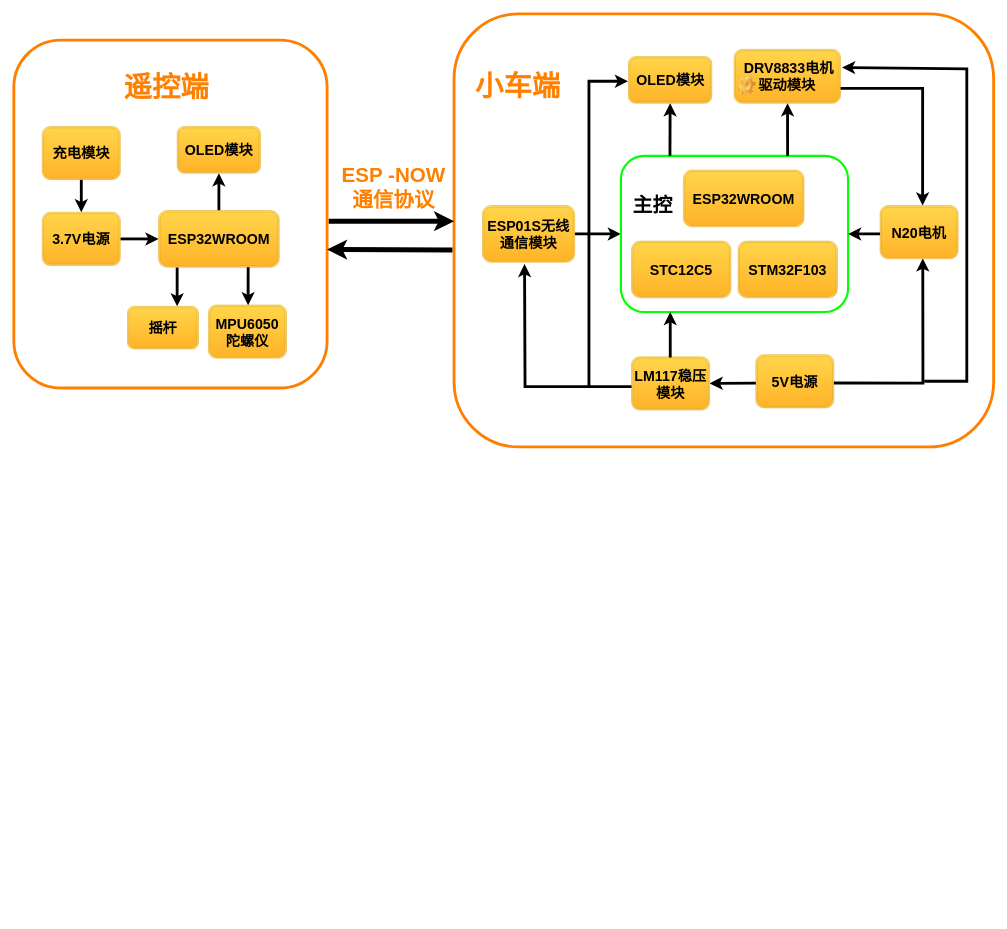
Before: 未命名绘图.drawio in Hellolen/draw, a draw.io diagram. Source tidied: cells renumbered, new cells numbered last; positions are measured from the earlier drawing's top-left corner, leaving out a move shared by most shapes. Both pictures are drawn from the tidied source at 71%, with x=0, y=0 at pixel (13, 13).
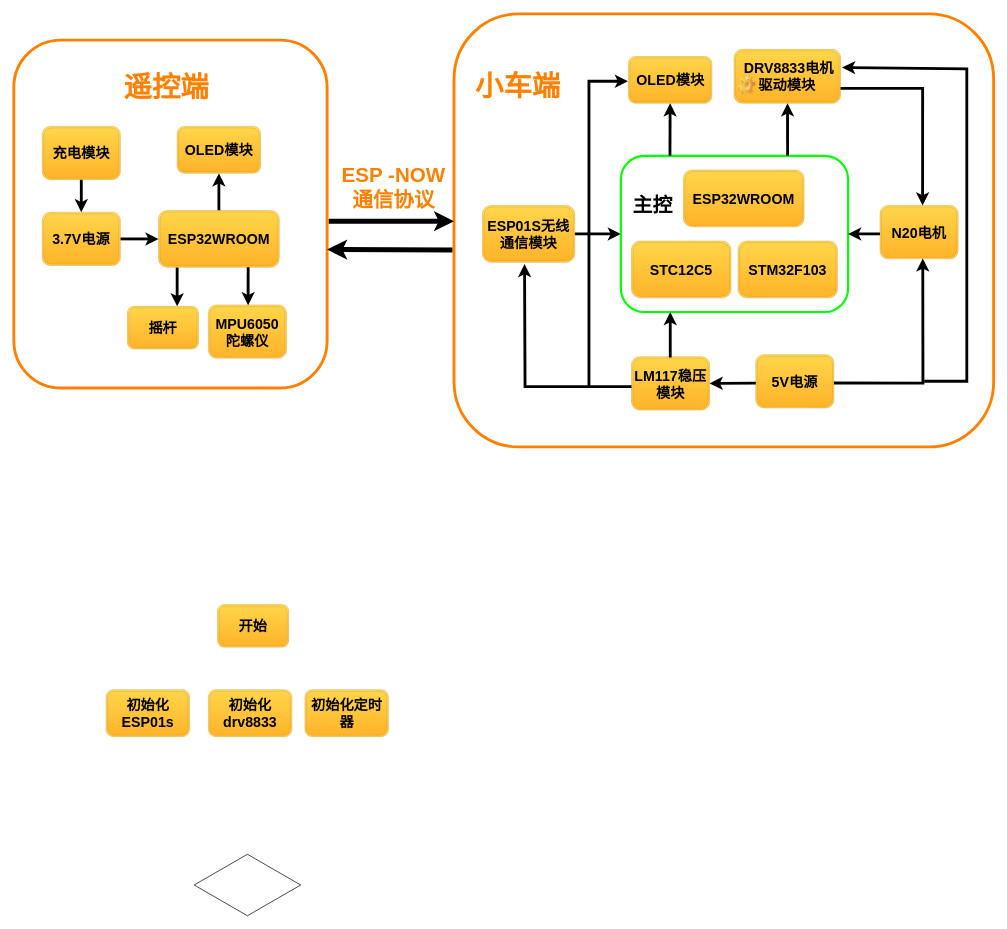
The same page after the edit.

Commit message:
遥控小车硬件设计.drawio

The edit, as a diff of the source:
```diff
@@
+    <mxCell id="43" value="&lt;span style=&quot;font-size: 20px;&quot;&gt;&lt;b&gt;开始&lt;/b&gt;&lt;/span&gt;" style="shape=ext;double=1;rounded=1;whiteSpace=wrap;html=1;fillColor=#ffcd28;gradientColor=#ffa500;strokeColor=#d79b00;opacity=60;" parent="1" vertex="1">
+      <mxGeometry x="287" y="832" width="100" height="60" as="geometry" />
+    </mxCell>
+    <mxCell id="44" style="html=1;whiteSpace=wrap;shape=isoRectangle;rounded=1;strokeColor=default;align=center;verticalAlign=middle;fontFamily=Helvetica;fontSize=12;fontColor=default;fillColor=default;" parent="1" vertex="1">
+      <mxGeometry x="254" y="1182" width="150" height="90" as="geometry" />
+    </mxCell>
+    <mxCell id="45" value="&lt;font style=&quot;font-size: 20px;&quot;&gt;&lt;b&gt;初始化drv8833&lt;/b&gt;&lt;/font&gt;" style="shape=ext;double=1;rounded=1;whiteSpace=wrap;html=1;fillColor=#ffcd28;gradientColor=#ffa500;strokeColor=#d79b00;opacity=60;align=center;verticalAlign=middle;fontFamily=Helvetica;fontSize=12;fontColor=default;" parent="1" vertex="1">
+      <mxGeometry x="274" y="952" width="117.5" height="66" as="geometry" />
+    </mxCell>
+    <mxCell id="46" value="&lt;font style=&quot;font-size: 20px;&quot;&gt;&lt;b&gt;初始化ESP01s&lt;/b&gt;&lt;/font&gt;" style="shape=ext;double=1;rounded=1;whiteSpace=wrap;html=1;fillColor=#ffcd28;gradientColor=#ffa500;strokeColor=#d79b00;opacity=60;align=center;verticalAlign=middle;fontFamily=Helvetica;fontSize=12;fontColor=default;" parent="1" vertex="1">
+      <mxGeometry x="130" y="952" width="117.5" height="66" as="geometry" />
+    </mxCell>
+    <mxCell id="47" value="&lt;font style=&quot;font-size: 20px;&quot;&gt;&lt;b&gt;初始化定时器&lt;/b&gt;&lt;/font&gt;" style="shape=ext;double=1;rounded=1;whiteSpace=wrap;html=1;fillColor=#ffcd28;gradientColor=#ffa500;strokeColor=#d79b00;opacity=60;align=center;verticalAlign=middle;fontFamily=Helvetica;fontSize=12;fontColor=default;" parent="1" vertex="1">
+      <mxGeometry x="410" y="952" width="117.5" height="66" as="geometry" />
+    </mxCell>
```
